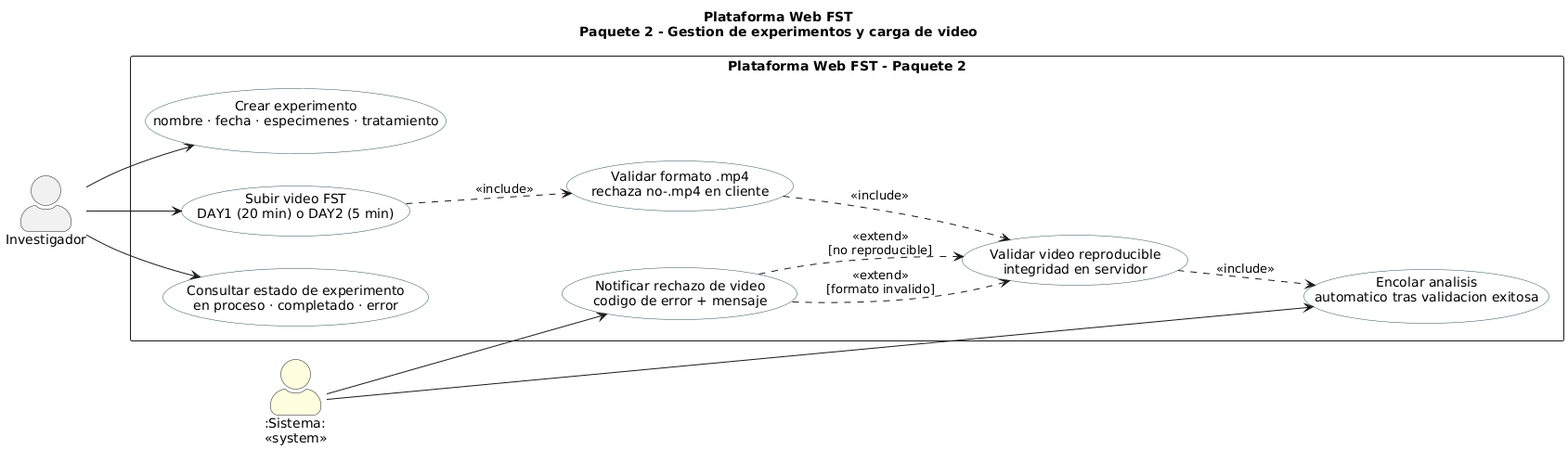
Above: figures/mermaid/cu_paquete2.png in ErickJester/fst-ai-system-latex (PlantUML), before the change.
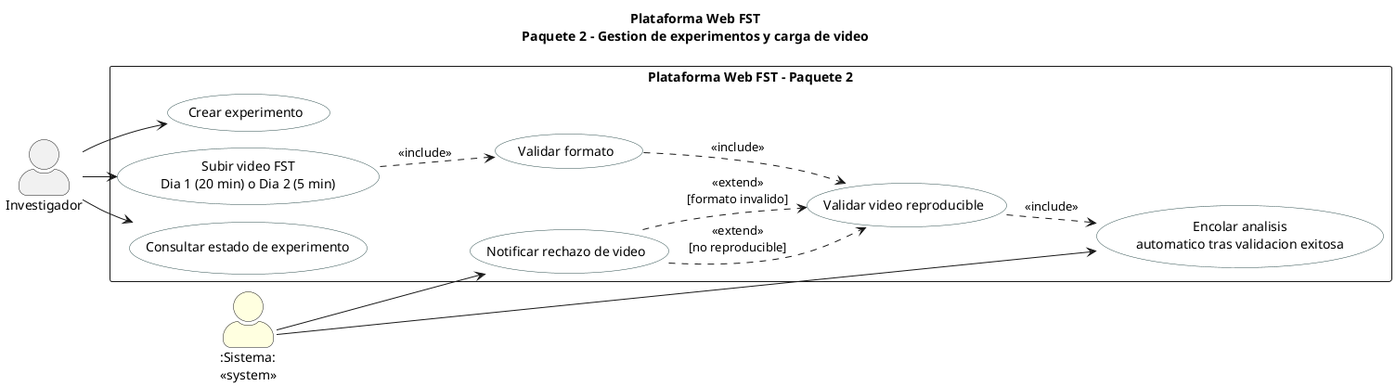
Above is the later version.

Change to the diagram source:
```diff
@@ -1,4 +1,5 @@
-@startuml "Figura-5.4b-Paquete2"
+@startuml
+!pragma layout smetana
 title Plataforma Web FST\nPaquete 2 - Gestion de experimentos y carga de video
 left to right direction
 skinparam packageStyle rectangle
@@ -10,13 +11,13 @@
 actor "Investigador" as INV
 actor ":Sistema:\n<<system>>" as SYS #LightYellow
 rectangle "Plataforma Web FST - Paquete 2" {
-  usecase "Crear experimento\nnombre · fecha · especimenes · tratamiento" as UC21
-  usecase "Subir video FST\nDAY1 (20 min) o DAY2 (5 min)" as UC22
-  usecase "Validar formato .mp4\nrechaza no-.mp4 en cliente" as UC23
-  usecase "Validar video reproducible\nintegridad en servidor" as UC24
+  usecase "Crear experimento" as UC21
+  usecase "Subir video FST\nDia 1 (20 min) o Dia 2 (5 min)" as UC22
+  usecase "Validar formato" as UC23
+  usecase "Validar video reproducible" as UC24
   usecase "Encolar analisis\nautomatico tras validacion exitosa" as UC25
-  usecase "Notificar rechazo de video\ncodigo de error + mensaje" as UC26
-  usecase "Consultar estado de experimento\nen proceso · completado · error" as UC27
+  usecase "Notificar rechazo de video" as UC26
+  usecase "Consultar estado de experimento" as UC27
 }
 INV --> UC21
 INV --> UC22
@@ -26,6 +27,6 @@
 UC22 ..> UC23 : <<include>>
 UC23 ..> UC24 : <<include>>
 UC24 ..> UC25 : <<include>>
+UC26 ..> UC24 : <<extend>>\n[no reproducible]
 UC26 ..> UC24 : <<extend>>\n[formato invalido]
-UC26 ..> UC24 : <<extend>>\n[no reproducible]
 @enduml
```
